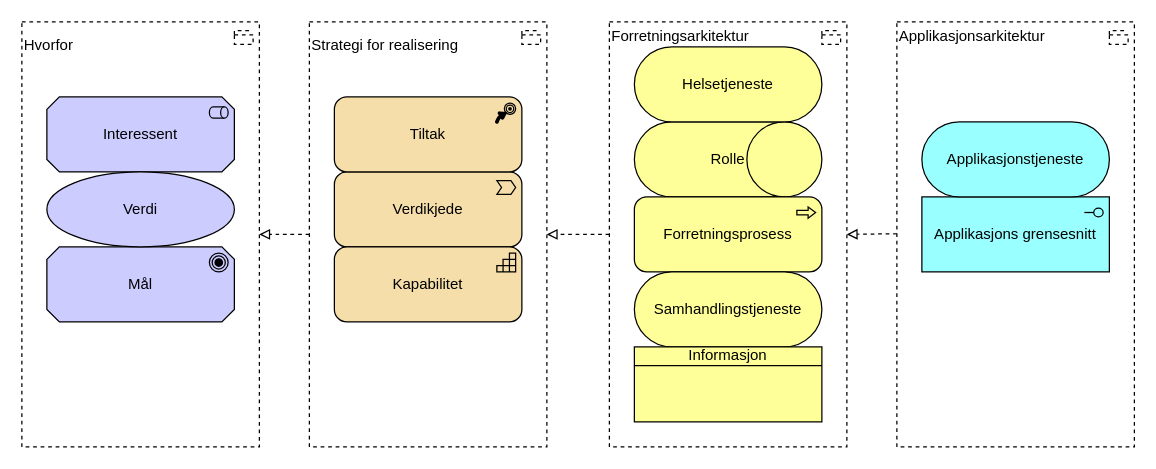
The draw.io diagram page "motivasjon-enkel" (2 of 2) of docs/why/arkitektur-motivasjon.drawio in hdir/Digital-Forstelinje, before the edit. Source tidied: cells renumbered, new cells numbered last; positions are measured from the earlier drawing's top-left corner, leaving out a move shared by most shapes. Both pictures are drawn from the tidied source at 125%, with x=0, y=0 at pixel (21, 21).
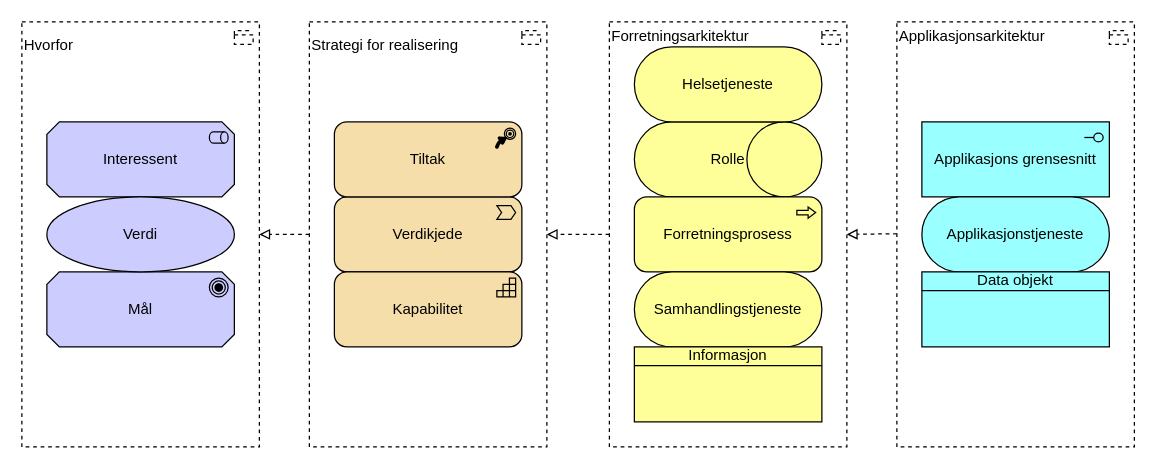
The same diagram, later.

The edit, as a diff of the source:
```diff
@@
+    <mxCell id="15" value="Hvorfor&lt;div&gt;&lt;br&gt;&lt;/div&gt;&lt;div&gt;&lt;br&gt;&lt;/div&gt;&lt;div&gt;&lt;br&gt;&lt;/div&gt;&lt;div&gt;&lt;br&gt;&lt;/div&gt;&lt;div&gt;&lt;br&gt;&lt;/div&gt;&lt;div&gt;&lt;br&gt;&lt;/div&gt;&lt;div&gt;&lt;br&gt;&lt;/div&gt;&lt;div&gt;&lt;br&gt;&lt;/div&gt;&lt;div&gt;&lt;br&gt;&lt;/div&gt;&lt;div&gt;&lt;br&gt;&lt;/div&gt;&lt;div&gt;&lt;br&gt;&lt;/div&gt;&lt;div&gt;&lt;br&gt;&lt;/div&gt;&lt;div&gt;&lt;br&gt;&lt;/div&gt;&lt;div&gt;&lt;br&gt;&lt;/div&gt;&lt;div&gt;&lt;br&gt;&lt;/div&gt;&lt;div&gt;&lt;br&gt;&lt;/div&gt;&lt;div&gt;&lt;br&gt;&lt;/div&gt;&lt;div&gt;&lt;br&gt;&lt;/div&gt;&lt;div&gt;&lt;br&gt;&lt;/div&gt;&lt;div&gt;&lt;br&gt;&lt;/div&gt;&lt;div&gt;&lt;br&gt;&lt;/div&gt;" style="html=1;outlineConnect=0;whiteSpace=wrap;shape=mxgraph.archimate3.application;appType=grouping;archiType=square;dashed=1;fillColor=none;align=left;" parent="1" vertex="1">
+      <mxGeometry width="190" height="340" as="geometry" />
+    </mxCell>
+    <mxCell id="16" value="Strategi for realisering&lt;div&gt;&lt;font color=&quot;#000000&quot;&gt;&lt;br&gt;&lt;/font&gt;&lt;/div&gt;&lt;div&gt;&lt;font color=&quot;#000000&quot;&gt;&lt;br&gt;&lt;/font&gt;&lt;/div&gt;&lt;div&gt;&lt;font color=&quot;#000000&quot;&gt;&lt;br&gt;&lt;/font&gt;&lt;/div&gt;&lt;div&gt;&lt;font color=&quot;#000000&quot;&gt;&lt;br&gt;&lt;/font&gt;&lt;/div&gt;&lt;div&gt;&lt;font color=&quot;#000000&quot;&gt;&lt;br&gt;&lt;/font&gt;&lt;/div&gt;&lt;div&gt;&lt;font color=&quot;#000000&quot;&gt;&lt;br&gt;&lt;/font&gt;&lt;/div&gt;&lt;div&gt;&lt;font color=&quot;#000000&quot;&gt;&lt;br&gt;&lt;/font&gt;&lt;/div&gt;&lt;div&gt;&lt;font color=&quot;#000000&quot;&gt;&lt;br&gt;&lt;/font&gt;&lt;/div&gt;&lt;div&gt;&lt;font color=&quot;#000000&quot;&gt;&lt;br&gt;&lt;/font&gt;&lt;div&gt;&lt;font color=&quot;#000000&quot;&gt;&lt;br&gt;&lt;/font&gt;&lt;/div&gt;&lt;div&gt;&lt;font color=&quot;#000000&quot;&gt;&lt;br&gt;&lt;/font&gt;&lt;/div&gt;&lt;div&gt;&lt;font color=&quot;#000000&quot;&gt;&lt;br&gt;&lt;/font&gt;&lt;/div&gt;&lt;div&gt;&lt;font color=&quot;#000000&quot;&gt;&lt;br&gt;&lt;/font&gt;&lt;/div&gt;&lt;div&gt;&lt;font color=&quot;#000000&quot;&gt;&lt;br&gt;&lt;/font&gt;&lt;/div&gt;&lt;div&gt;&lt;font color=&quot;#000000&quot;&gt;&lt;br&gt;&lt;/font&gt;&lt;/div&gt;&lt;div&gt;&lt;font color=&quot;#000000&quot;&gt;&lt;br&gt;&lt;/font&gt;&lt;/div&gt;&lt;div&gt;&lt;font color=&quot;#000000&quot;&gt;&lt;br&gt;&lt;/font&gt;&lt;/div&gt;&lt;div&gt;&lt;font color=&quot;#000000&quot;&gt;&lt;br&gt;&lt;/font&gt;&lt;div&gt;&lt;br&gt;&lt;/div&gt;&lt;div&gt;&lt;br&gt;&lt;/div&gt;&lt;div&gt;&lt;br&gt;&lt;/div&gt;&lt;/div&gt;&lt;/div&gt;" style="html=1;outlineConnect=0;whiteSpace=wrap;shape=mxgraph.archimate3.application;appType=grouping;archiType=square;dashed=1;fillColor=none;align=left;" parent="1" vertex="1">
+      <mxGeometry x="230" width="190" height="340" as="geometry" />
+    </mxCell>
+    <mxCell id="18" value="&lt;div&gt;Applikasjonsarkitektur&lt;/div&gt;&lt;div&gt;&lt;br&gt;&lt;/div&gt;&lt;div&gt;&lt;br&gt;&lt;/div&gt;&lt;div&gt;&lt;br&gt;&lt;/div&gt;&lt;div&gt;&lt;br&gt;&lt;/div&gt;&lt;div&gt;&lt;br&gt;&lt;/div&gt;&lt;div&gt;&lt;br&gt;&lt;/div&gt;&lt;div&gt;&lt;br&gt;&lt;/div&gt;&lt;div&gt;&lt;br&gt;&lt;/div&gt;&lt;div&gt;&lt;br&gt;&lt;/div&gt;&lt;div&gt;&lt;br&gt;&lt;/div&gt;&lt;div&gt;&lt;br&gt;&lt;/div&gt;&lt;div&gt;&lt;br&gt;&lt;/div&gt;&lt;div&gt;&lt;br&gt;&lt;/div&gt;&lt;div&gt;&lt;br&gt;&lt;/div&gt;&lt;div&gt;&lt;br&gt;&lt;/div&gt;&lt;div&gt;&lt;br&gt;&lt;/div&gt;&lt;div&gt;&lt;br&gt;&lt;/div&gt;&lt;div&gt;&lt;br&gt;&lt;/div&gt;&lt;div&gt;&lt;br&gt;&lt;/div&gt;&lt;div&gt;&lt;br&gt;&lt;/div&gt;&lt;div&gt;&lt;br&gt;&lt;/div&gt;&lt;div&gt;&lt;br&gt;&lt;/div&gt;" style="html=1;whiteSpace=wrap;shape=mxgraph.archimate3.application;appType=grouping;archiType=square;dashed=1;fillColor=none;align=left;" parent="1" vertex="1">
+      <mxGeometry x="700" width="190" height="340" as="geometry" />
+    </mxCell>
     <mxCell id="2" value="Interessent" style="html=1;whiteSpace=wrap;fillColor=#CCCCFF;shape=mxgraph.archimate3.application;appType=role;archiType=oct;" parent="1" vertex="1">
-      <mxGeometry x="20" y="60" width="150" height="60" as="geometry" />
+      <mxGeometry x="20" y="80" width="150" height="60" as="geometry" />
     </mxCell>
     <mxCell id="3" value="Mål" style="html=1;whiteSpace=wrap;fillColor=#CCCCFF;shape=mxgraph.archimate3.application;appType=goal;archiType=oct;" parent="1" vertex="1">
-      <mxGeometry x="20" y="180" width="150" height="60" as="geometry" />
+      <mxGeometry x="20" y="200" width="150" height="60" as="geometry" />
     </mxCell>
     <mxCell id="4" value="Verdi" style="shape=ellipse;html=1;whiteSpace=wrap;fillColor=#CCCCFF;" parent="1" vertex="1">
-      <mxGeometry x="20" y="120" width="150" height="60" as="geometry" />
+      <mxGeometry x="20" y="140" width="150" height="60" as="geometry" />
     </mxCell>
     <mxCell id="5" value="Verdikjede" style="html=1;whiteSpace=wrap;fillColor=#F5DEAA;shape=mxgraph.archimate3.application;appType=valueStream;archiType=rounded;" parent="1" vertex="1">
-      <mxGeometry x="250" y="120" width="150" height="60" as="geometry" />
+      <mxGeometry x="250" y="140" width="150" height="60" as="geometry" />
     </mxCell>
     <mxCell id="6" value="Kapabilitet" style="html=1;whiteSpace=wrap;fillColor=#F5DEAA;shape=mxgraph.archimate3.application;appType=capability;archiType=rounded;" parent="1" vertex="1">
-      <mxGeometry x="250" y="180" width="150" height="60" as="geometry" />
+      <mxGeometry x="250" y="200" width="150" height="60" as="geometry" />
     </mxCell>
     <mxCell id="7" value="Tiltak" style="html=1;whiteSpace=wrap;fillColor=#F5DEAA;shape=mxgraph.archimate3.application;appType=course;archiType=rounded;" parent="1" vertex="1">
-      <mxGeometry x="250" y="60" width="150" height="60" as="geometry" />
+      <mxGeometry x="250" y="80" width="150" height="60" as="geometry" />
     </mxCell>
@@
     <mxCell id="13" value="Applikasjons grensesnitt" style="html=1;whiteSpace=wrap;fillColor=#99ffff;shape=mxgraph.archimate3.application;appType=interface;archiType=square;" parent="1" vertex="1">
-      <mxGeometry x="720" y="140" width="150" height="60" as="geometry" />
+      <mxGeometry x="720" y="80" width="150" height="60" as="geometry" />
     </mxCell>
     <mxCell id="14" value="Applikasjonstjeneste" style="html=1;whiteSpace=wrap;fillColor=#99ffff;shape=mxgraph.archimate3.service;" parent="1" vertex="1">
-      <mxGeometry x="720" y="80" width="150" height="60" as="geometry" />
+      <mxGeometry x="720" y="140" width="150" height="60" as="geometry" />
     </mxCell>
-    <mxCell id="15" value="Hvorfor&lt;div&gt;&lt;br&gt;&lt;/div&gt;&lt;div&gt;&lt;br&gt;&lt;/div&gt;&lt;div&gt;&lt;br&gt;&lt;/div&gt;&lt;div&gt;&lt;br&gt;&lt;/div&gt;&lt;div&gt;&lt;br&gt;&lt;/div&gt;&lt;div&gt;&lt;br&gt;&lt;/div&gt;&lt;div&gt;&lt;br&gt;&lt;/div&gt;&lt;div&gt;&lt;br&gt;&lt;/div&gt;&lt;div&gt;&lt;br&gt;&lt;/div&gt;&lt;div&gt;&lt;br&gt;&lt;/div&gt;&lt;div&gt;&lt;br&gt;&lt;/div&gt;&lt;div&gt;&lt;br&gt;&lt;/div&gt;&lt;div&gt;&lt;br&gt;&lt;/div&gt;&lt;div&gt;&lt;br&gt;&lt;/div&gt;&lt;div&gt;&lt;br&gt;&lt;/div&gt;&lt;div&gt;&lt;br&gt;&lt;/div&gt;&lt;div&gt;&lt;br&gt;&lt;/div&gt;&lt;div&gt;&lt;br&gt;&lt;/div&gt;&lt;div&gt;&lt;br&gt;&lt;/div&gt;&lt;div&gt;&lt;br&gt;&lt;/div&gt;&lt;div&gt;&lt;br&gt;&lt;/div&gt;" style="html=1;outlineConnect=0;whiteSpace=wrap;shape=mxgraph.archimate3.application;appType=grouping;archiType=square;dashed=1;fillColor=none;align=left;" parent="1" vertex="1">
-      <mxGeometry width="190" height="340" as="geometry" />
-    </mxCell>
-    <mxCell id="16" value="Strategi for realisering&lt;div&gt;&lt;font color=&quot;#000000&quot;&gt;&lt;br&gt;&lt;/font&gt;&lt;/div&gt;&lt;div&gt;&lt;font color=&quot;#000000&quot;&gt;&lt;br&gt;&lt;/font&gt;&lt;/div&gt;&lt;div&gt;&lt;font color=&quot;#000000&quot;&gt;&lt;br&gt;&lt;/font&gt;&lt;/div&gt;&lt;div&gt;&lt;font color=&quot;#000000&quot;&gt;&lt;br&gt;&lt;/font&gt;&lt;/div&gt;&lt;div&gt;&lt;font color=&quot;#000000&quot;&gt;&lt;br&gt;&lt;/font&gt;&lt;/div&gt;&lt;div&gt;&lt;font color=&quot;#000000&quot;&gt;&lt;br&gt;&lt;/font&gt;&lt;/div&gt;&lt;div&gt;&lt;font color=&quot;#000000&quot;&gt;&lt;br&gt;&lt;/font&gt;&lt;/div&gt;&lt;div&gt;&lt;font color=&quot;#000000&quot;&gt;&lt;br&gt;&lt;/font&gt;&lt;/div&gt;&lt;div&gt;&lt;font color=&quot;#000000&quot;&gt;&lt;br&gt;&lt;/font&gt;&lt;div&gt;&lt;font color=&quot;#000000&quot;&gt;&lt;br&gt;&lt;/font&gt;&lt;/div&gt;&lt;div&gt;&lt;font color=&quot;#000000&quot;&gt;&lt;br&gt;&lt;/font&gt;&lt;/div&gt;&lt;div&gt;&lt;font color=&quot;#000000&quot;&gt;&lt;br&gt;&lt;/font&gt;&lt;/div&gt;&lt;div&gt;&lt;font color=&quot;#000000&quot;&gt;&lt;br&gt;&lt;/font&gt;&lt;/div&gt;&lt;div&gt;&lt;font color=&quot;#000000&quot;&gt;&lt;br&gt;&lt;/font&gt;&lt;/div&gt;&lt;div&gt;&lt;font color=&quot;#000000&quot;&gt;&lt;br&gt;&lt;/font&gt;&lt;/div&gt;&lt;div&gt;&lt;font color=&quot;#000000&quot;&gt;&lt;br&gt;&lt;/font&gt;&lt;/div&gt;&lt;div&gt;&lt;font color=&quot;#000000&quot;&gt;&lt;br&gt;&lt;/font&gt;&lt;/div&gt;&lt;div&gt;&lt;font color=&quot;#000000&quot;&gt;&lt;br&gt;&lt;/font&gt;&lt;div&gt;&lt;br&gt;&lt;/div&gt;&lt;div&gt;&lt;br&gt;&lt;/div&gt;&lt;div&gt;&lt;br&gt;&lt;/div&gt;&lt;/div&gt;&lt;/div&gt;" style="html=1;outlineConnect=0;whiteSpace=wrap;shape=mxgraph.archimate3.application;appType=grouping;archiType=square;dashed=1;fillColor=none;align=left;" parent="1" vertex="1">
-      <mxGeometry x="230" width="190" height="340" as="geometry" />
-    </mxCell>
@@
-    <mxCell id="18" value="&lt;div&gt;Applikasjonsarkitektur&lt;/div&gt;&lt;div&gt;&lt;br&gt;&lt;/div&gt;&lt;div&gt;&lt;br&gt;&lt;/div&gt;&lt;div&gt;&lt;br&gt;&lt;/div&gt;&lt;div&gt;&lt;br&gt;&lt;/div&gt;&lt;div&gt;&lt;br&gt;&lt;/div&gt;&lt;div&gt;&lt;br&gt;&lt;/div&gt;&lt;div&gt;&lt;br&gt;&lt;/div&gt;&lt;div&gt;&lt;br&gt;&lt;/div&gt;&lt;div&gt;&lt;br&gt;&lt;/div&gt;&lt;div&gt;&lt;br&gt;&lt;/div&gt;&lt;div&gt;&lt;br&gt;&lt;/div&gt;&lt;div&gt;&lt;br&gt;&lt;/div&gt;&lt;div&gt;&lt;br&gt;&lt;/div&gt;&lt;div&gt;&lt;br&gt;&lt;/div&gt;&lt;div&gt;&lt;br&gt;&lt;/div&gt;&lt;div&gt;&lt;br&gt;&lt;/div&gt;&lt;div&gt;&lt;br&gt;&lt;/div&gt;&lt;div&gt;&lt;br&gt;&lt;/div&gt;&lt;div&gt;&lt;br&gt;&lt;/div&gt;&lt;div&gt;&lt;br&gt;&lt;/div&gt;&lt;div&gt;&lt;br&gt;&lt;/div&gt;&lt;div&gt;&lt;br&gt;&lt;/div&gt;" style="html=1;whiteSpace=wrap;shape=mxgraph.archimate3.application;appType=grouping;archiType=square;dashed=1;fillColor=none;align=left;" parent="1" vertex="1">
-      <mxGeometry x="700" width="190" height="340" as="geometry" />
-    </mxCell>
@@
+    <mxCell id="22" value="Data objekt" style="html=1;whiteSpace=wrap;fillColor=#99ffff;shape=mxgraph.archimate3.businessObject;overflow=fill;" parent="1" vertex="1">
+      <mxGeometry x="720" y="200" width="150" height="60" as="geometry" />
+    </mxCell>
```
